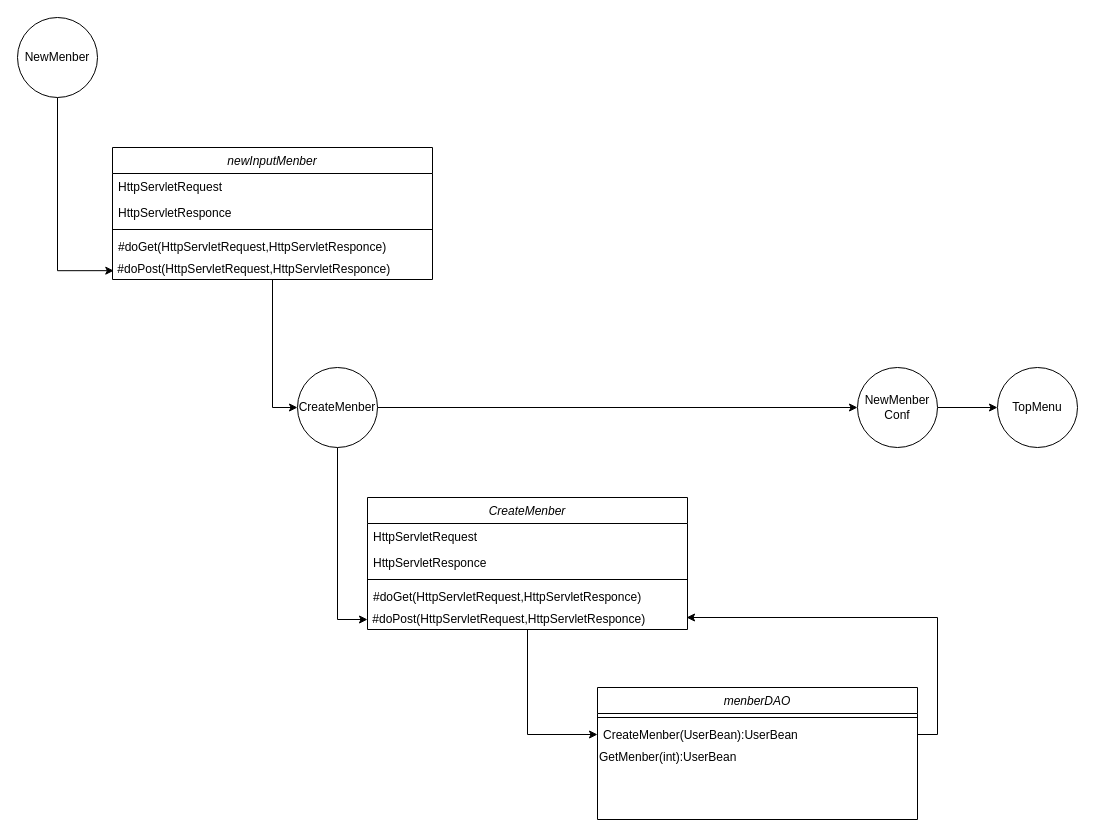
2022java42-student004/Library keeps this draw.io diagram as page "NewMenber" (3 of 4) of path/内部設計/クラス図.drawio. Above is the earlier version. Source tidied: cells renumbered, new cells numbered last; positions are measured from the earlier drawing's top-left corner, leaving out a move shared by most shapes. Both pictures are drawn from the tidied source at 100%, with x=0, y=0 at pixel (17, 17).
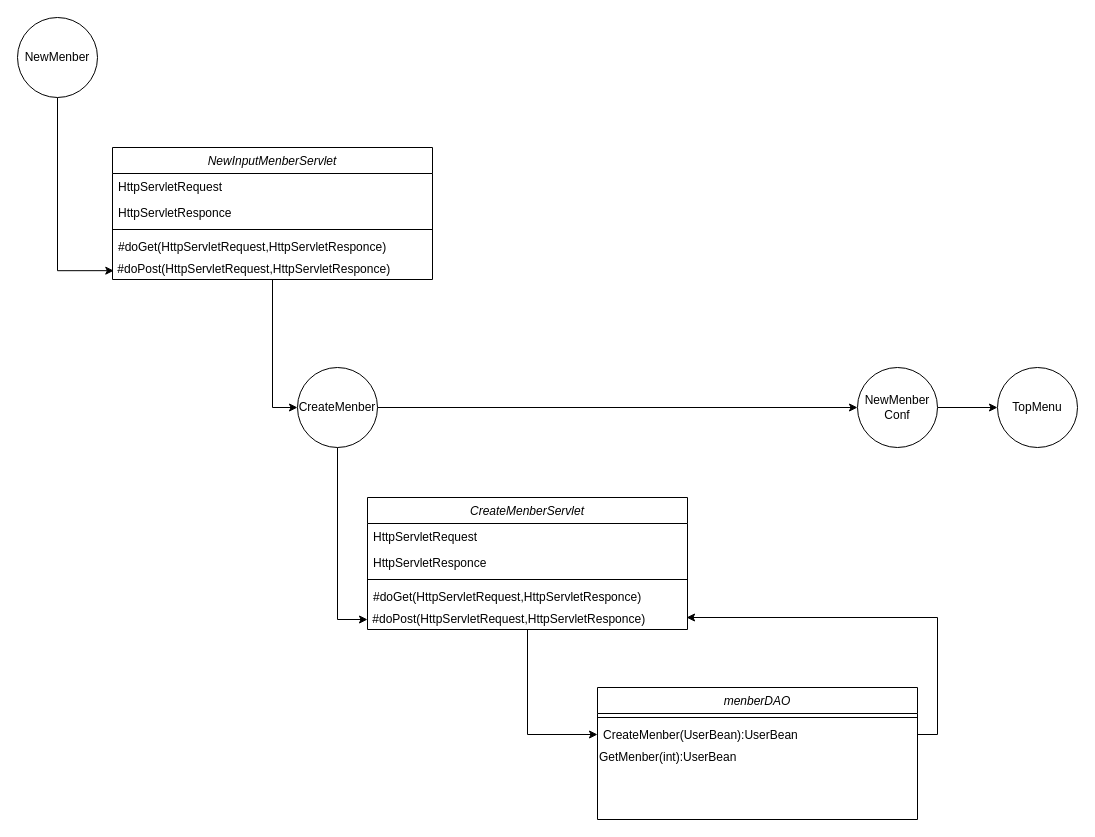
After the change.

Change to the diagram source:
```diff
@@
-    <mxCell id="7" value="newInputMenber" style="swimlane;fontStyle=2;align=center;verticalAlign=top;horizontal=1;startSize=26;rounded=0;shadow=0;strokeWidth=1;" parent="1" vertex="1">
+    <mxCell id="7" value="NewInputMenberServlet" style="swimlane;fontStyle=2;align=center;verticalAlign=top;horizontal=1;startSize=26;rounded=0;shadow=0;strokeWidth=1;" parent="1" vertex="1">
       <mxGeometry x="95" y="130" width="320" height="132" as="geometry" />
     </mxCell>
@@
-    <mxCell id="15" value="CreateMenber" style="swimlane;fontStyle=2;align=center;verticalAlign=top;horizontal=1;startSize=26;rounded=0;shadow=0;strokeWidth=1;" parent="1" vertex="1">
+    <mxCell id="15" value="CreateMenberServlet" style="swimlane;fontStyle=2;align=center;verticalAlign=top;horizontal=1;startSize=26;rounded=0;shadow=0;strokeWidth=1;" parent="1" vertex="1">
       <mxGeometry x="350" y="480" width="320" height="132" as="geometry" />
     </mxCell>
```
